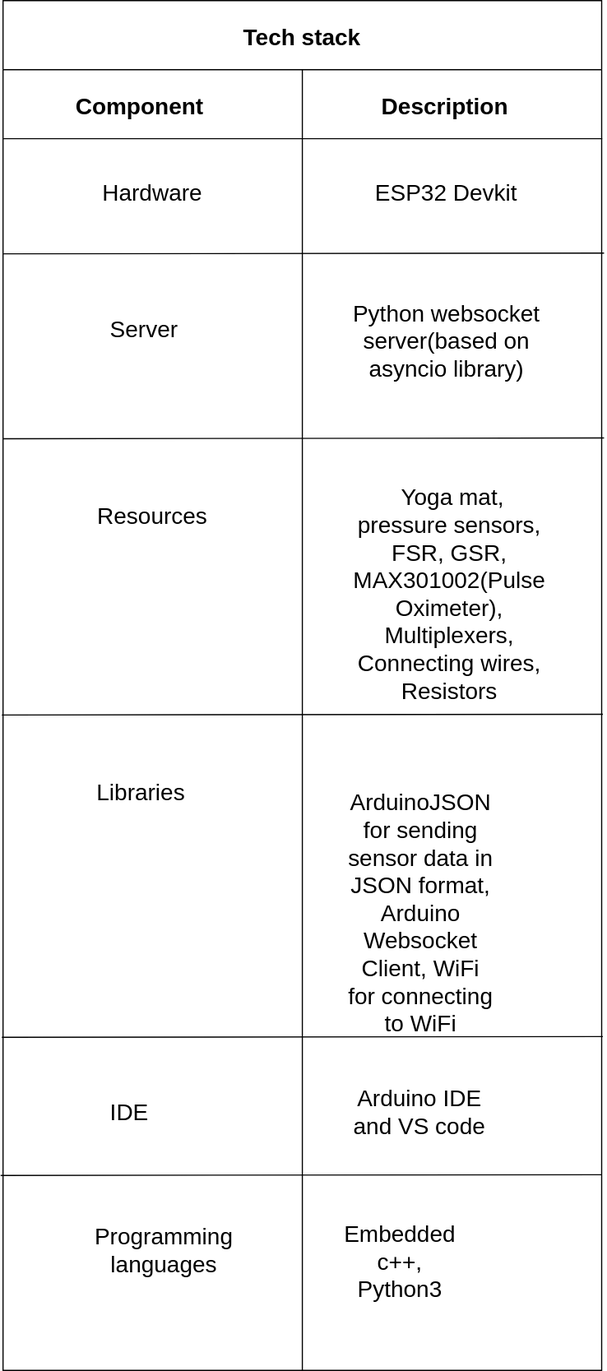
akhilgattu02/Yoga_day_analytics keeps this draw.io diagram as schematics/tech_stack.svg. Above is the earlier version. Source tidied: cells renumbered, new cells last; positions are measured from the earlier drawing's top-left corner, leaving out a move shared by most shapes. Its diagram source:
```xml
<mxGraphModel>
  <root>
    <mxCell id="0" />
    <mxCell id="1" parent="0" />
    <mxCell id="2" value="Tech stack" style="shape=table;startSize=60;rowLines=0;fontStyle=1;align=center;fontSize=20;" parent="1" vertex="1">
      <mxGeometry x="2" width="520" height="1190" as="geometry" />
    </mxCell>
    <mxCell id="3" style="shape=tableRow;horizontal=0;startSize=0;swimlaneHead=0;swimlaneBody=0;fillColor=none;top=0;left=0;right=0;bottom=1;" parent="2" vertex="1">
      <mxGeometry y="60" width="520" height="60" as="geometry" />
    </mxCell>
    <mxCell id="4" value="Component    " style="shape=partialRectangle;fillColor=none;top=0;left=0;bottom=0;right=0;fontStyle=1;overflow=hidden;fontSize=20;" parent="3" vertex="1">
      <mxGeometry width="260" height="60" as="geometry" />
    </mxCell>
    <mxCell id="5" value="           Description" style="shape=partialRectangle;fillColor=none;top=0;left=0;bottom=0;right=0;align=left;spacingLeft=6;fontStyle=1;overflow=hidden;fontSize=20;" parent="3" vertex="1">
      <mxGeometry x="260" width="260" height="60" as="geometry" />
    </mxCell>
    <mxCell id="6" style="shape=tableRow;horizontal=0;startSize=0;swimlaneHead=0;swimlaneBody=0;fillColor=none;top=0;left=0;right=0;bottom=0;" parent="2" vertex="1">
      <mxGeometry y="120" width="520" height="30" as="geometry" />
    </mxCell>
    <mxCell id="7" style="shape=partialRectangle;fillColor=none;top=0;left=0;bottom=0;right=0;overflow=hidden;" parent="6" vertex="1">
      <mxGeometry width="260" height="30" as="geometry" />
    </mxCell>
    <mxCell id="8" style="shape=partialRectangle;fillColor=none;top=0;left=0;bottom=0;right=0;align=left;spacingLeft=6;overflow=hidden;" parent="6" vertex="1">
      <mxGeometry x="260" width="260" height="30" as="geometry" />
    </mxCell>
    <mxCell id="9" style="shape=tableRow;horizontal=0;startSize=0;swimlaneHead=0;swimlaneBody=0;fillColor=none;top=0;left=0;right=0;bottom=0;" parent="2" vertex="1">
      <mxGeometry y="150" width="520" height="30" as="geometry" />
    </mxCell>
    <mxCell id="10" value="Hardware" style="shape=partialRectangle;fillColor=none;top=0;left=0;bottom=0;right=0;overflow=hidden;fontSize=20;" parent="9" vertex="1">
      <mxGeometry width="260" height="30" as="geometry" />
    </mxCell>
    <mxCell id="11" value="          ESP32 Devkit" style="shape=partialRectangle;fillColor=none;top=0;left=0;bottom=0;right=0;align=left;spacingLeft=6;overflow=hidden;fontSize=20;" parent="9" vertex="1">
      <mxGeometry x="260" width="260" height="30" as="geometry" />
    </mxCell>
    <mxCell id="12" style="shape=tableRow;horizontal=0;startSize=0;swimlaneHead=0;swimlaneBody=0;fillColor=none;points=[[0,0.5],[1,0.5]];portConstraint=eastwest;top=0;left=0;right=0;bottom=0;" parent="2" vertex="1">
      <mxGeometry y="180" width="520" height="1010" as="geometry" />
    </mxCell>
    <mxCell id="13" style="shape=partialRectangle;fillColor=none;top=0;left=0;bottom=0;right=0;overflow=hidden;" parent="12" vertex="1">
      <mxGeometry width="260" height="1010" as="geometry" />
    </mxCell>
    <mxCell id="14" style="shape=partialRectangle;fillColor=none;top=0;left=0;bottom=0;right=0;align=left;spacingLeft=6;overflow=hidden;" parent="12" vertex="1">
      <mxGeometry x="260" width="260" height="1010" as="geometry" />
    </mxCell>
    <mxCell id="15" value="&amp;nbsp;Server" style="text;html=1;strokeColor=none;fillColor=none;align=center;verticalAlign=middle;whiteSpace=wrap;rounded=0;fontSize=20;" parent="1" vertex="1">
      <mxGeometry x="92" y="270" width="60" height="30" as="geometry" />
    </mxCell>
    <mxCell id="16" value="Python websocket server(based on asyncio library)" style="text;html=1;strokeColor=none;fillColor=none;align=center;verticalAlign=middle;whiteSpace=wrap;rounded=0;fontSize=20;" parent="1" vertex="1">
      <mxGeometry x="299.5" y="280" width="175" height="30" as="geometry" />
    </mxCell>
    <mxCell id="17" value="&amp;nbsp; Resources" style="text;html=1;strokeColor=none;fillColor=none;align=center;verticalAlign=middle;whiteSpace=wrap;rounded=0;fontSize=20;" parent="1" vertex="1">
      <mxGeometry x="102" y="420" width="60" height="30" as="geometry" />
    </mxCell>
    <mxCell id="18" value="&amp;nbsp;Yoga mat, pressure sensors, FSR, GSR, MAX301002(Pulse Oximeter), Multiplexers, Connecting wires, Resistors" style="text;html=1;strokeColor=none;fillColor=none;align=center;verticalAlign=middle;whiteSpace=wrap;rounded=0;fontSize=20;" parent="1" vertex="1">
      <mxGeometry x="299.5" y="500" width="180" height="30" as="geometry" />
    </mxCell>
    <mxCell id="19" value="&amp;nbsp; Libraries" style="text;html=1;strokeColor=none;fillColor=none;align=center;verticalAlign=middle;whiteSpace=wrap;rounded=0;fontSize=20;" parent="1" vertex="1">
      <mxGeometry x="92" y="660" width="60" height="30" as="geometry" />
    </mxCell>
    <mxCell id="20" value="ArduinoJSON for sending sensor data in JSON format, Arduino Websocket Client, WiFi for connecting to WiFi" style="text;html=1;strokeColor=none;fillColor=none;align=center;verticalAlign=middle;whiteSpace=wrap;rounded=0;fontSize=20;" parent="1" vertex="1">
      <mxGeometry x="299.5" y="777" width="130" height="30" as="geometry" />
    </mxCell>
    <mxCell id="21" value="IDE" style="text;html=1;strokeColor=none;fillColor=none;align=center;verticalAlign=middle;whiteSpace=wrap;rounded=0;fontSize=20;" parent="1" vertex="1">
      <mxGeometry x="82" y="950" width="60" height="30" as="geometry" />
    </mxCell>
    <mxCell id="22" value="Arduino IDE and VS code" style="text;html=1;strokeColor=none;fillColor=none;align=center;verticalAlign=middle;whiteSpace=wrap;rounded=0;fontSize=20;" parent="1" vertex="1">
      <mxGeometry x="299.5" y="950" width="128" height="30" as="geometry" />
    </mxCell>
    <mxCell id="23" value="Programming languages" style="text;html=1;strokeColor=none;fillColor=none;align=center;verticalAlign=middle;whiteSpace=wrap;rounded=0;fontSize=20;" parent="1" vertex="1">
      <mxGeometry x="112" y="1070" width="60" height="30" as="geometry" />
    </mxCell>
    <mxCell id="24" value="Embedded c++, Python3" style="text;html=1;strokeColor=none;fillColor=none;align=center;verticalAlign=middle;whiteSpace=wrap;rounded=0;fontSize=20;" parent="1" vertex="1">
      <mxGeometry x="317" y="1080" width="60" height="30" as="geometry" />
    </mxCell>
    <mxCell id="25" style="endArrow=none;html=1;rounded=0;fontSize=20;entryX=1.004;entryY=0.039;entryDx=0;entryDy=0;entryPerimeter=0;" parent="1" edge="1" target="12">
      <mxGeometry relative="1" as="geometry">
        <mxPoint x="2" y="220" as="sourcePoint" />
      </mxGeometry>
    </mxCell>
    <mxCell id="26" style="endArrow=none;html=1;rounded=0;fontSize=20;entryX=1.004;entryY=0.039;entryDx=0;entryDy=0;entryPerimeter=0;" parent="1" edge="1">
      <mxGeometry relative="1" as="geometry">
        <mxPoint x="2" y="380.6" as="sourcePoint" />
        <mxPoint x="524.1" y="380" as="targetPoint" />
      </mxGeometry>
    </mxCell>
    <mxCell id="27" style="endArrow=none;html=1;rounded=0;fontSize=20;entryX=1.004;entryY=0.039;entryDx=0;entryDy=0;entryPerimeter=0;" parent="1" edge="1">
      <mxGeometry relative="1" as="geometry">
        <mxPoint x="1" y="620.6" as="sourcePoint" />
        <mxPoint x="523" y="620" as="targetPoint" />
      </mxGeometry>
    </mxCell>
    <mxCell id="28" style="endArrow=none;html=1;rounded=0;fontSize=20;entryX=1.004;entryY=0.039;entryDx=0;entryDy=0;entryPerimeter=0;" parent="1" edge="1">
      <mxGeometry relative="1" as="geometry">
        <mxPoint x="1" y="900.6" as="sourcePoint" />
        <mxPoint x="523" y="900" as="targetPoint" />
      </mxGeometry>
    </mxCell>
    <mxCell id="29" style="endArrow=none;html=1;rounded=0;fontSize=20;entryX=1.004;entryY=0.039;entryDx=0;entryDy=0;entryPerimeter=0;" parent="1" edge="1">
      <mxGeometry relative="1" as="geometry">
        <mxPoint x="-0.1" y="1020.6" as="sourcePoint" />
        <mxPoint x="522" y="1020" as="targetPoint" />
      </mxGeometry>
    </mxCell>
  </root>
</mxGraphModel>
```
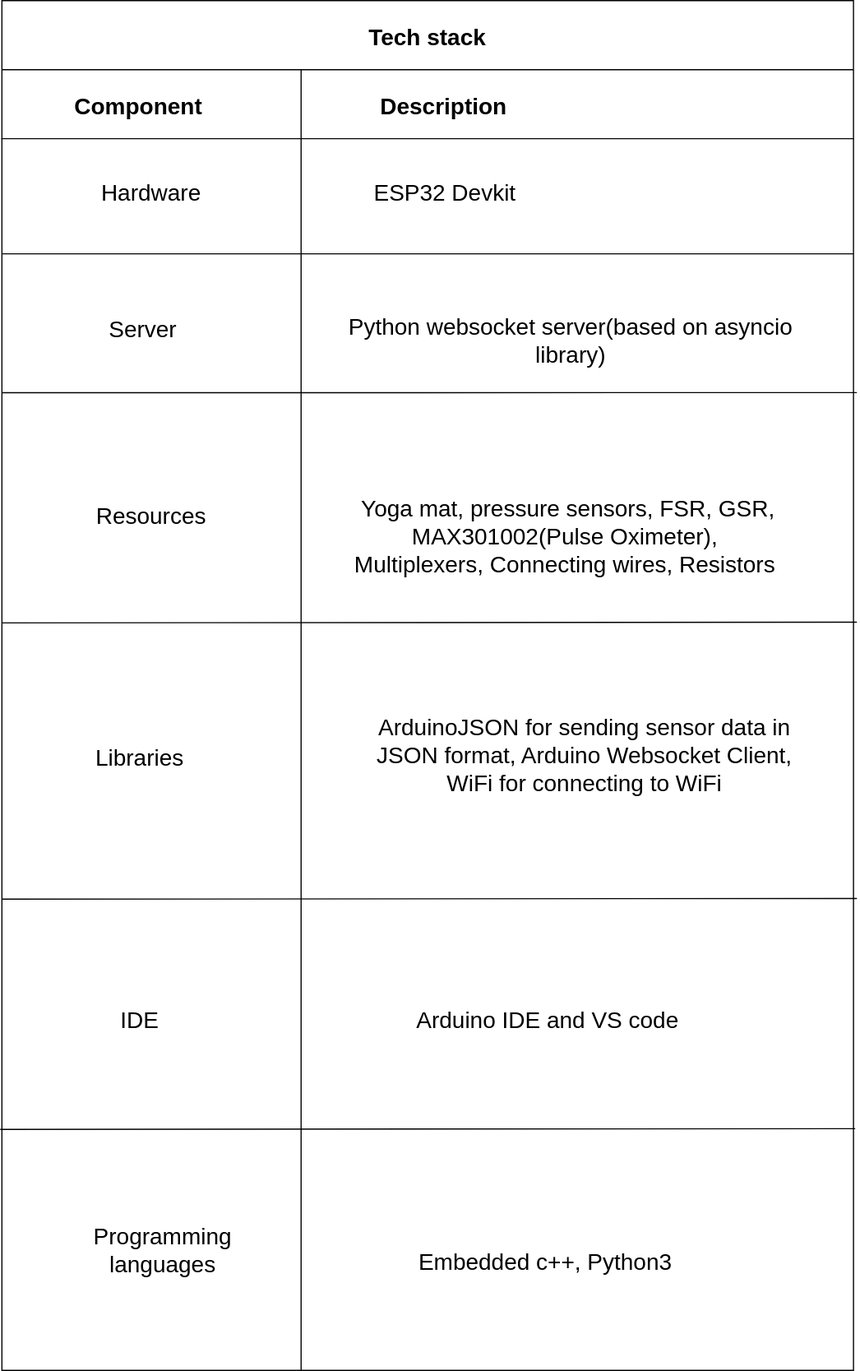
The same diagram one commit later.

What changed in the source:
```diff
@@ -3,102 +3,102 @@
     <mxCell id="0" />
     <mxCell id="1" parent="0" />
     <mxCell id="2" value="Tech stack" style="shape=table;startSize=60;rowLines=0;fontStyle=1;align=center;fontSize=20;" parent="1" vertex="1">
-      <mxGeometry x="2" width="520" height="1190" as="geometry" />
+      <mxGeometry x="2" width="740" height="1190" as="geometry" />
     </mxCell>
     <mxCell id="3" style="shape=tableRow;horizontal=0;startSize=0;swimlaneHead=0;swimlaneBody=0;fillColor=none;top=0;left=0;right=0;bottom=1;" parent="2" vertex="1">
-      <mxGeometry y="60" width="520" height="60" as="geometry" />
+      <mxGeometry y="60" width="740" height="60" as="geometry" />
     </mxCell>
     <mxCell id="4" value="Component    " style="shape=partialRectangle;fillColor=none;top=0;left=0;bottom=0;right=0;fontStyle=1;overflow=hidden;fontSize=20;" parent="3" vertex="1">
       <mxGeometry width="260" height="60" as="geometry" />
     </mxCell>
     <mxCell id="5" value="           Description" style="shape=partialRectangle;fillColor=none;top=0;left=0;bottom=0;right=0;align=left;spacingLeft=6;fontStyle=1;overflow=hidden;fontSize=20;" parent="3" vertex="1">
-      <mxGeometry x="260" width="260" height="60" as="geometry" />
+      <mxGeometry x="260" width="480" height="60" as="geometry" />
     </mxCell>
     <mxCell id="6" style="shape=tableRow;horizontal=0;startSize=0;swimlaneHead=0;swimlaneBody=0;fillColor=none;top=0;left=0;right=0;bottom=0;" parent="2" vertex="1">
-      <mxGeometry y="120" width="520" height="30" as="geometry" />
+      <mxGeometry y="120" width="740" height="30" as="geometry" />
     </mxCell>
     <mxCell id="7" style="shape=partialRectangle;fillColor=none;top=0;left=0;bottom=0;right=0;overflow=hidden;" parent="6" vertex="1">
       <mxGeometry width="260" height="30" as="geometry" />
     </mxCell>
     <mxCell id="8" style="shape=partialRectangle;fillColor=none;top=0;left=0;bottom=0;right=0;align=left;spacingLeft=6;overflow=hidden;" parent="6" vertex="1">
-      <mxGeometry x="260" width="260" height="30" as="geometry" />
+      <mxGeometry x="260" width="480" height="30" as="geometry" />
     </mxCell>
     <mxCell id="9" style="shape=tableRow;horizontal=0;startSize=0;swimlaneHead=0;swimlaneBody=0;fillColor=none;top=0;left=0;right=0;bottom=0;" parent="2" vertex="1">
-      <mxGeometry y="150" width="520" height="30" as="geometry" />
+      <mxGeometry y="150" width="740" height="30" as="geometry" />
     </mxCell>
     <mxCell id="10" value="Hardware" style="shape=partialRectangle;fillColor=none;top=0;left=0;bottom=0;right=0;overflow=hidden;fontSize=20;" parent="9" vertex="1">
       <mxGeometry width="260" height="30" as="geometry" />
     </mxCell>
     <mxCell id="11" value="          ESP32 Devkit" style="shape=partialRectangle;fillColor=none;top=0;left=0;bottom=0;right=0;align=left;spacingLeft=6;overflow=hidden;fontSize=20;" parent="9" vertex="1">
-      <mxGeometry x="260" width="260" height="30" as="geometry" />
+      <mxGeometry x="260" width="480" height="30" as="geometry" />
     </mxCell>
     <mxCell id="12" style="shape=tableRow;horizontal=0;startSize=0;swimlaneHead=0;swimlaneBody=0;fillColor=none;points=[[0,0.5],[1,0.5]];portConstraint=eastwest;top=0;left=0;right=0;bottom=0;" parent="2" vertex="1">
-      <mxGeometry y="180" width="520" height="1010" as="geometry" />
+      <mxGeometry y="180" width="740" height="1010" as="geometry" />
     </mxCell>
     <mxCell id="13" style="shape=partialRectangle;fillColor=none;top=0;left=0;bottom=0;right=0;overflow=hidden;" parent="12" vertex="1">
       <mxGeometry width="260" height="1010" as="geometry" />
     </mxCell>
     <mxCell id="14" style="shape=partialRectangle;fillColor=none;top=0;left=0;bottom=0;right=0;align=left;spacingLeft=6;overflow=hidden;" parent="12" vertex="1">
-      <mxGeometry x="260" width="260" height="1010" as="geometry" />
+      <mxGeometry x="260" width="480" height="1010" as="geometry" />
     </mxCell>
     <mxCell id="15" value="&amp;nbsp;Server" style="text;html=1;strokeColor=none;fillColor=none;align=center;verticalAlign=middle;whiteSpace=wrap;rounded=0;fontSize=20;" parent="1" vertex="1">
       <mxGeometry x="92" y="270" width="60" height="30" as="geometry" />
     </mxCell>
     <mxCell id="16" value="Python websocket server(based on asyncio library)" style="text;html=1;strokeColor=none;fillColor=none;align=center;verticalAlign=middle;whiteSpace=wrap;rounded=0;fontSize=20;" parent="1" vertex="1">
-      <mxGeometry x="299.5" y="280" width="175" height="30" as="geometry" />
+      <mxGeometry x="299.5" y="280" width="392.5" height="30" as="geometry" />
     </mxCell>
     <mxCell id="17" value="&amp;nbsp; Resources" style="text;html=1;strokeColor=none;fillColor=none;align=center;verticalAlign=middle;whiteSpace=wrap;rounded=0;fontSize=20;" parent="1" vertex="1">
       <mxGeometry x="102" y="420" width="60" height="30" as="geometry" />
     </mxCell>
     <mxCell id="18" value="&amp;nbsp;Yoga mat, pressure sensors, FSR, GSR, MAX301002(Pulse Oximeter), Multiplexers, Connecting wires, Resistors" style="text;html=1;strokeColor=none;fillColor=none;align=center;verticalAlign=middle;whiteSpace=wrap;rounded=0;fontSize=20;" parent="1" vertex="1">
-      <mxGeometry x="299.5" y="500" width="180" height="30" as="geometry" />
+      <mxGeometry x="299.5" y="450" width="382.5" height="30" as="geometry" />
     </mxCell>
     <mxCell id="19" value="&amp;nbsp; Libraries" style="text;html=1;strokeColor=none;fillColor=none;align=center;verticalAlign=middle;whiteSpace=wrap;rounded=0;fontSize=20;" parent="1" vertex="1">
-      <mxGeometry x="92" y="660" width="60" height="30" as="geometry" />
+      <mxGeometry x="92" y="630" width="60" height="30" as="geometry" />
     </mxCell>
     <mxCell id="20" value="ArduinoJSON for sending sensor data in JSON format, Arduino Websocket Client, WiFi for connecting to WiFi" style="text;html=1;strokeColor=none;fillColor=none;align=center;verticalAlign=middle;whiteSpace=wrap;rounded=0;fontSize=20;" parent="1" vertex="1">
-      <mxGeometry x="299.5" y="777" width="130" height="30" as="geometry" />
+      <mxGeometry x="312" y="640" width="392.5" height="30" as="geometry" />
     </mxCell>
     <mxCell id="21" value="IDE" style="text;html=1;strokeColor=none;fillColor=none;align=center;verticalAlign=middle;whiteSpace=wrap;rounded=0;fontSize=20;" parent="1" vertex="1">
-      <mxGeometry x="82" y="950" width="60" height="30" as="geometry" />
+      <mxGeometry x="92" y="870" width="60" height="30" as="geometry" />
     </mxCell>
     <mxCell id="22" value="Arduino IDE and VS code" style="text;html=1;strokeColor=none;fillColor=none;align=center;verticalAlign=middle;whiteSpace=wrap;rounded=0;fontSize=20;" parent="1" vertex="1">
-      <mxGeometry x="299.5" y="950" width="128" height="30" as="geometry" />
+      <mxGeometry x="299.5" y="870" width="352.5" height="30" as="geometry" />
     </mxCell>
     <mxCell id="23" value="Programming languages" style="text;html=1;strokeColor=none;fillColor=none;align=center;verticalAlign=middle;whiteSpace=wrap;rounded=0;fontSize=20;" parent="1" vertex="1">
       <mxGeometry x="112" y="1070" width="60" height="30" as="geometry" />
     </mxCell>
     <mxCell id="24" value="Embedded c++, Python3" style="text;html=1;strokeColor=none;fillColor=none;align=center;verticalAlign=middle;whiteSpace=wrap;rounded=0;fontSize=20;" parent="1" vertex="1">
-      <mxGeometry x="317" y="1080" width="60" height="30" as="geometry" />
+      <mxGeometry x="317" y="1080" width="315" height="30" as="geometry" />
     </mxCell>
-    <mxCell id="25" style="endArrow=none;html=1;rounded=0;fontSize=20;entryX=1.004;entryY=0.039;entryDx=0;entryDy=0;entryPerimeter=0;" parent="1" edge="1" target="12">
+    <mxCell id="25" style="endArrow=none;html=1;rounded=0;fontSize=20;" parent="1" edge="1">
       <mxGeometry relative="1" as="geometry">
         <mxPoint x="2" y="220" as="sourcePoint" />
+        <mxPoint x="742" y="220" as="targetPoint" />
       </mxGeometry>
     </mxCell>
-    <mxCell id="26" style="endArrow=none;html=1;rounded=0;fontSize=20;entryX=1.004;entryY=0.039;entryDx=0;entryDy=0;entryPerimeter=0;" parent="1" edge="1">
-      <mxGeometry relative="1" as="geometry">
-        <mxPoint x="2" y="380.6" as="sourcePoint" />
-        <mxPoint x="524.1" y="380" as="targetPoint" />
-      </mxGeometry>
-    </mxCell>
-    <mxCell id="27" style="endArrow=none;html=1;rounded=0;fontSize=20;entryX=1.004;entryY=0.039;entryDx=0;entryDy=0;entryPerimeter=0;" parent="1" edge="1">
-      <mxGeometry relative="1" as="geometry">
-        <mxPoint x="1" y="620.6" as="sourcePoint" />
-        <mxPoint x="523" y="620" as="targetPoint" />
-      </mxGeometry>
-    </mxCell>
-    <mxCell id="28" style="endArrow=none;html=1;rounded=0;fontSize=20;entryX=1.004;entryY=0.039;entryDx=0;entryDy=0;entryPerimeter=0;" parent="1" edge="1">
-      <mxGeometry relative="1" as="geometry">
-        <mxPoint x="1" y="900.6" as="sourcePoint" />
-        <mxPoint x="523" y="900" as="targetPoint" />
-      </mxGeometry>
-    </mxCell>
-    <mxCell id="29" style="endArrow=none;html=1;rounded=0;fontSize=20;entryX=1.004;entryY=0.039;entryDx=0;entryDy=0;entryPerimeter=0;" parent="1" edge="1">
-      <mxGeometry relative="1" as="geometry">
-        <mxPoint x="-0.1" y="1020.6" as="sourcePoint" />
-        <mxPoint x="522" y="1020" as="targetPoint" />
-      </mxGeometry>
-    </mxCell>
+    <mxCell id="30" style="endArrow=none;html=1;rounded=0;fontSize=20;entryX=1.004;entryY=0.159;entryDx=0;entryDy=0;entryPerimeter=0;" parent="1" edge="1" target="12">
+      <mxGeometry relative="1" as="geometry">
+        <mxPoint x="2" y="340.6" as="sourcePoint" />
+      </mxGeometry>
+    </mxCell>
+    <mxCell id="31" style="endArrow=none;html=1;rounded=0;fontSize=20;entryX=1.004;entryY=0.039;entryDx=0;entryDy=0;entryPerimeter=0;" parent="1" edge="1">
+      <mxGeometry relative="1" as="geometry">
+        <mxPoint x="2" y="540.6" as="sourcePoint" />
+        <mxPoint x="745" y="540" as="targetPoint" />
+      </mxGeometry>
+    </mxCell>
+    <mxCell id="32" style="endArrow=none;html=1;rounded=0;fontSize=20;entryX=1.004;entryY=0.039;entryDx=0;entryDy=0;entryPerimeter=0;" parent="1" edge="1">
+      <mxGeometry relative="1" as="geometry">
+        <mxPoint x="2" y="780.6" as="sourcePoint" />
+        <mxPoint x="745" y="780" as="targetPoint" />
+      </mxGeometry>
+    </mxCell>
+    <mxCell id="33" style="endArrow=none;html=1;rounded=0;fontSize=20;entryX=1.004;entryY=0.039;entryDx=0;entryDy=0;entryPerimeter=0;" parent="1" edge="1">
+      <mxGeometry relative="1" as="geometry">
+        <mxPoint x="0.5" y="980.6" as="sourcePoint" />
+        <mxPoint x="743.5" y="980" as="targetPoint" />
+      </mxGeometry>
+    </mxCell>
   </root>
 </mxGraphModel>
```
